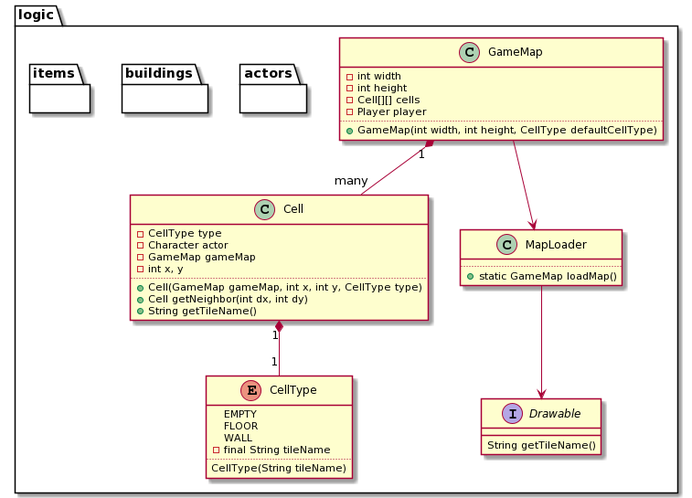
Before: uml/logic.png, a diagram exported from PlantUML (CodecoolGlobal/dungeon-crawl-1-java-HuBori).
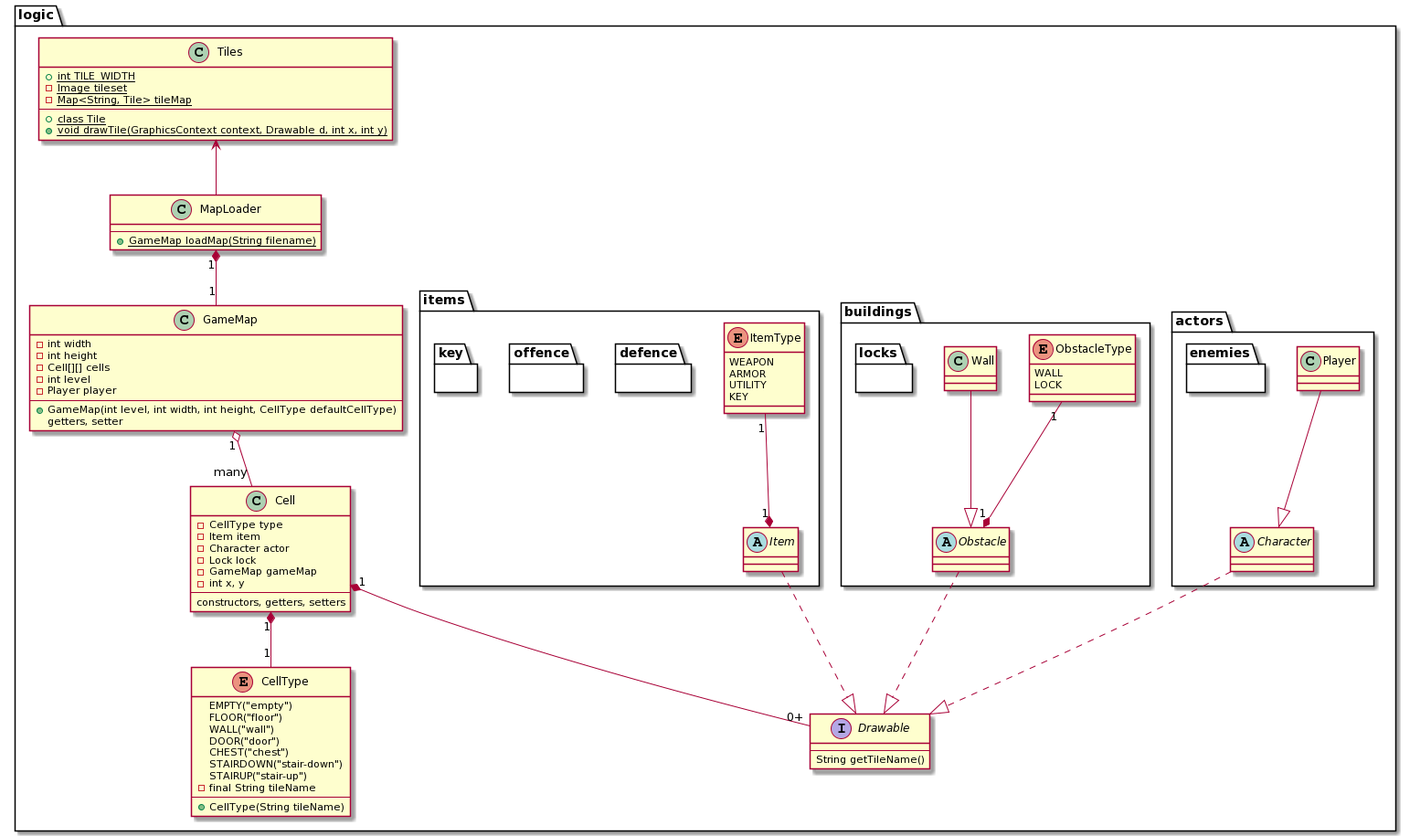
The same diagram one commit later.

Diff of the diagram source:
```diff
@@ -1,38 +1,56 @@
 @startuml
 package logic {
+    Tiles <-- MapLoader
+    MapLoader "1" *-- "1" GameMap
+    GameMap "1" o-- "many" Cell
+    Cell "1" *-- "1" CellType
+    Cell "1" *-- "0+" Drawable
     package actors {
+    Character ..|> Drawable
+    Player --|> Character
+    package enemies {}
     }
     package buildings {
+        Obstacle ..|> Drawable
+        ObstacleType "1" --* "1" Obstacle
+        Wall --|> Obstacle
+        package locks {}
     }
     package items {
+        Item ..|> Drawable
+        ItemType "1" --* "1" Item
+        package defence {}
+        package offence {}
+        package key {}
     }
-    Cell "1" *-- "1" CellType
-    GameMap --> MapLoader
-    GameMap "1" *-- "many" Cell
-    MapLoader --> Drawable
 }
 
 class Cell {
     - CellType type
+    - Item item
     - Character actor
+    - Lock lock
     - GameMap gameMap
     - int x, y
-    ..
-    + Cell(GameMap gameMap, int x, int y, CellType type)
-    + Cell getNeighbor(int dx, int dy)
-    + String getTileName()
+    --
+    constructors, getters, setters
 }
 
 enum CellType {
-    EMPTY
-    FLOOR
-    WALL
+    EMPTY("empty")
+    FLOOR("floor")
+    WALL("wall")
+    DOOR("door")
+    CHEST("chest")
+    STAIRDOWN("stair-down")
+    STAIRUP("stair-up")
     - final String tileName
-    ..
-    CellType(String tileName)
+    --
+    +CellType(String tileName)
 }
 
 interface Drawable {
+    --
     String getTileName()
 }
 
@@ -40,13 +58,38 @@
     - int width
     - int height
     - Cell[][] cells
+    - int level
     - Player player
-    ..
-    + GameMap(int width, int height, CellType defaultCellType)
+    --
+    + GameMap(int level, int width, int height, CellType defaultCellType)
+    getters, setter
 }
 
 class MapLoader {
-    ..
-    + static GameMap loadMap()
+    --
+    + {static} GameMap loadMap(String filename)
 }
+
+class Tiles {
+    + {static} int TILE_WIDTH
+    - {static} Image tileset
+    - {static} Map<String, Tile> tileMap
+    --
+    + {static} class Tile
+    + {static} void drawTile(GraphicsContext context, Drawable d, int x, int y)
+}
+enum ItemType {
+WEAPON
+ARMOR
+UTILITY
+KEY
+}
+
+enum ObstacleType {
+WALL
+LOCK
+}
+abstract class Item {}
+abstract class Character {}
+abstract class Obstacle {}
 @enduml
```
